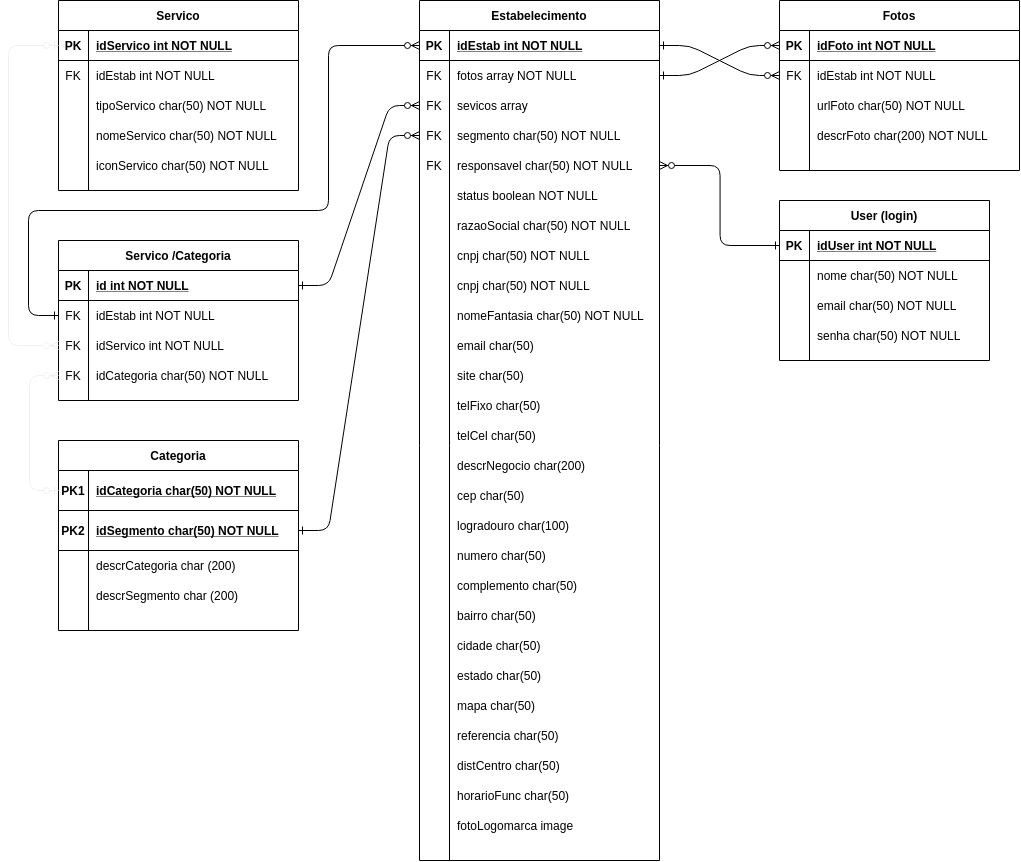
Earlier version of the draw.io export Docs/Diagrama-DER_v1.1.png (CarlosProcidio/PCDEVS1G2). Source tidied: cells renumbered, new cells last; positions are measured from the earlier drawing's top-left corner, leaving out a move shared by most shapes.
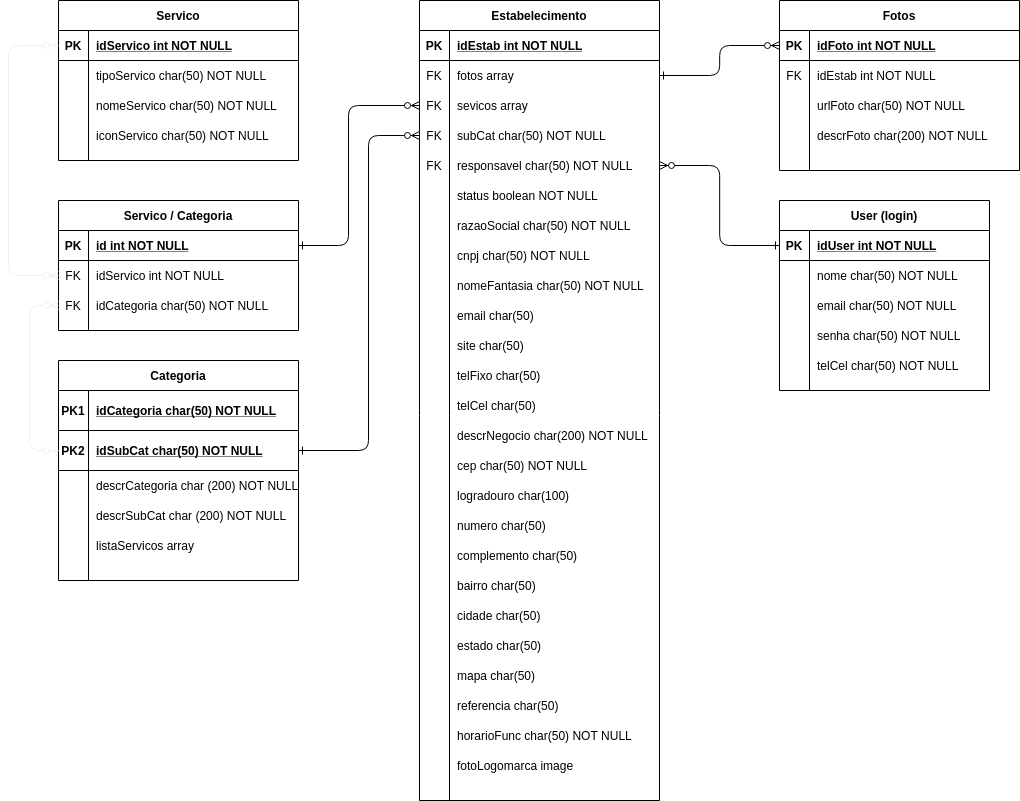
Above is the later version.

Change to the diagram source:
```diff
@@ -5,3 +5,3 @@
     <mxCell id="2" value="Estabelecimento" style="shape=table;startSize=30;rowLines=0;fontStyle=1;align=center;" parent="1" vertex="1">
-      <mxGeometry x="411" width="240" height="860" as="geometry" />
+      <mxGeometry x="411" width="240" height="800" as="geometry" />
     </mxCell>
@@ -22,3 +22,3 @@
     </mxCell>
-    <mxCell id="8" value="fotos array NOT NULL" style="shape=partialRectangle;overflow=hidden;fillColor=none;top=0;left=0;bottom=0;right=0;align=left;spacingLeft=6;" parent="6" vertex="1">
+    <mxCell id="8" value="fotos array" style="shape=partialRectangle;overflow=hidden;fillColor=none;top=0;left=0;bottom=0;right=0;align=left;spacingLeft=6;" parent="6" vertex="1">
       <mxGeometry x="30" width="210" height="30" as="geometry" />
@@ -40,3 +40,3 @@
     </mxCell>
-    <mxCell id="14" value="segmento char(50) NOT NULL" style="shape=partialRectangle;overflow=hidden;fillColor=none;top=0;left=0;bottom=0;right=0;align=left;spacingLeft=6;" parent="12" vertex="1">
+    <mxCell id="14" value="subCat char(50) NOT NULL" style="shape=partialRectangle;overflow=hidden;fillColor=none;top=0;left=0;bottom=0;right=0;align=left;spacingLeft=6;" parent="12" vertex="1">
       <mxGeometry x="30" width="210" height="30" as="geometry" />
@@ -70,13 +70,4 @@
     </mxCell>
-    <mxCell id="24" style="shape=partialRectangle;fillColor=none;top=0;left=0;right=0;bottom=0;" parent="2" vertex="1">
-      <mxGeometry y="240" width="240" height="30" as="geometry" />
-    </mxCell>
-    <mxCell id="25" style="shape=partialRectangle;overflow=hidden;fillColor=none;top=0;left=0;bottom=0;right=0;" parent="24" vertex="1">
-      <mxGeometry width="30" height="30" as="geometry" />
-    </mxCell>
-    <mxCell id="26" value="cnpj char(50) NOT NULL" style="shape=partialRectangle;overflow=hidden;fillColor=none;top=0;left=0;bottom=0;right=0;align=left;spacingLeft=6;" parent="24" vertex="1">
-      <mxGeometry x="30" width="210" height="30" as="geometry" />
-    </mxCell>
     <mxCell id="27" style="shape=partialRectangle;fillColor=none;top=0;left=0;right=0;bottom=0;" parent="2" vertex="1">
-      <mxGeometry y="270" width="240" height="30" as="geometry" />
+      <mxGeometry y="240" width="240" height="30" as="geometry" />
     </mxCell>
@@ -89,3 +80,3 @@
     <mxCell id="30" style="shape=partialRectangle;fillColor=none;top=0;left=0;right=0;bottom=0;" parent="2" vertex="1">
-      <mxGeometry y="300" width="240" height="30" as="geometry" />
+      <mxGeometry y="270" width="240" height="30" as="geometry" />
     </mxCell>
@@ -98,3 +89,3 @@
     <mxCell id="33" style="shape=partialRectangle;fillColor=none;top=0;left=0;right=0;bottom=0;" parent="2" vertex="1">
-      <mxGeometry y="330" width="240" height="30" as="geometry" />
+      <mxGeometry y="300" width="240" height="30" as="geometry" />
     </mxCell>
@@ -107,3 +98,3 @@
     <mxCell id="36" style="shape=partialRectangle;fillColor=none;top=0;left=0;right=0;bottom=0;" parent="2" vertex="1">
-      <mxGeometry y="360" width="240" height="30" as="geometry" />
+      <mxGeometry y="330" width="240" height="30" as="geometry" />
     </mxCell>
@@ -116,3 +107,3 @@
     <mxCell id="39" style="shape=partialRectangle;fillColor=none;top=0;left=0;right=0;bottom=0;" parent="2" vertex="1">
-      <mxGeometry y="390" width="240" height="30" as="geometry" />
+      <mxGeometry y="360" width="240" height="30" as="geometry" />
     </mxCell>
@@ -125,3 +116,3 @@
     <mxCell id="42" style="shape=partialRectangle;fillColor=none;top=0;left=0;right=0;bottom=0;" parent="2" vertex="1">
-      <mxGeometry y="420" width="240" height="30" as="geometry" />
+      <mxGeometry y="390" width="240" height="30" as="geometry" />
     </mxCell>
@@ -134,3 +125,3 @@
     <mxCell id="45" style="shape=partialRectangle;fillColor=none;top=0;left=0;right=0;bottom=0;" parent="2" vertex="1">
-      <mxGeometry y="450" width="240" height="30" as="geometry" />
+      <mxGeometry y="420" width="240" height="30" as="geometry" />
     </mxCell>
@@ -139,3 +130,3 @@
     </mxCell>
-    <mxCell id="47" value="descrNegocio char(200)" style="shape=partialRectangle;overflow=hidden;fillColor=none;top=0;left=0;bottom=0;right=0;align=left;spacingLeft=6;" parent="45" vertex="1">
+    <mxCell id="47" value="descrNegocio char(200) NOT NULL" style="shape=partialRectangle;overflow=hidden;fillColor=none;top=0;left=0;bottom=0;right=0;align=left;spacingLeft=6;" parent="45" vertex="1">
       <mxGeometry x="30" width="210" height="30" as="geometry" />
@@ -143,3 +134,3 @@
     <mxCell id="48" style="shape=partialRectangle;fillColor=none;top=0;left=0;right=0;bottom=0;" parent="2" vertex="1">
-      <mxGeometry y="480" width="240" height="30" as="geometry" />
+      <mxGeometry y="450" width="240" height="30" as="geometry" />
     </mxCell>
@@ -148,3 +139,3 @@
     </mxCell>
-    <mxCell id="50" value="cep char(50)" style="shape=partialRectangle;overflow=hidden;fillColor=none;top=0;left=0;bottom=0;right=0;align=left;spacingLeft=6;" parent="48" vertex="1">
+    <mxCell id="50" value="cep char(50) NOT NULL" style="shape=partialRectangle;overflow=hidden;fillColor=none;top=0;left=0;bottom=0;right=0;align=left;spacingLeft=6;" parent="48" vertex="1">
       <mxGeometry x="30" width="210" height="30" as="geometry" />
@@ -152,3 +143,3 @@
     <mxCell id="51" style="shape=partialRectangle;fillColor=none;top=0;left=0;right=0;bottom=0;" parent="2" vertex="1">
-      <mxGeometry y="510" width="240" height="30" as="geometry" />
+      <mxGeometry y="480" width="240" height="30" as="geometry" />
     </mxCell>
@@ -161,3 +152,3 @@
     <mxCell id="54" style="shape=partialRectangle;fillColor=none;top=0;left=0;right=0;bottom=0;" parent="2" vertex="1">
-      <mxGeometry y="540" width="240" height="30" as="geometry" />
+      <mxGeometry y="510" width="240" height="30" as="geometry" />
     </mxCell>
@@ -170,3 +161,3 @@
     <mxCell id="57" style="shape=partialRectangle;fillColor=none;top=0;left=0;right=0;bottom=0;" parent="2" vertex="1">
-      <mxGeometry y="570" width="240" height="30" as="geometry" />
+      <mxGeometry y="540" width="240" height="30" as="geometry" />
     </mxCell>
@@ -179,3 +170,3 @@
     <mxCell id="60" style="shape=partialRectangle;fillColor=none;top=0;left=0;right=0;bottom=0;" parent="2" vertex="1">
-      <mxGeometry y="600" width="240" height="30" as="geometry" />
+      <mxGeometry y="570" width="240" height="30" as="geometry" />
     </mxCell>
@@ -188,3 +179,3 @@
     <mxCell id="63" style="shape=partialRectangle;fillColor=none;top=0;left=0;right=0;bottom=0;" parent="2" vertex="1">
-      <mxGeometry y="630" width="240" height="30" as="geometry" />
+      <mxGeometry y="600" width="240" height="30" as="geometry" />
     </mxCell>
@@ -197,3 +188,3 @@
     <mxCell id="66" style="shape=partialRectangle;fillColor=none;top=0;left=0;right=0;bottom=0;" parent="2" vertex="1">
-      <mxGeometry y="660" width="240" height="30" as="geometry" />
+      <mxGeometry y="630" width="240" height="30" as="geometry" />
     </mxCell>
@@ -206,3 +197,3 @@
     <mxCell id="69" style="shape=partialRectangle;fillColor=none;top=0;left=0;right=0;bottom=0;" parent="2" vertex="1">
-      <mxGeometry y="690" width="240" height="30" as="geometry" />
+      <mxGeometry y="660" width="240" height="30" as="geometry" />
     </mxCell>
@@ -215,3 +206,3 @@
     <mxCell id="72" style="shape=partialRectangle;fillColor=none;top=0;left=0;right=0;bottom=0;" parent="2" vertex="1">
-      <mxGeometry y="720" width="240" height="30" as="geometry" />
+      <mxGeometry y="690" width="240" height="30" as="geometry" />
     </mxCell>
@@ -223,13 +214,4 @@
     </mxCell>
-    <mxCell id="75" style="shape=partialRectangle;fillColor=none;top=0;left=0;right=0;bottom=0;" parent="2" vertex="1">
-      <mxGeometry y="750" width="240" height="30" as="geometry" />
-    </mxCell>
-    <mxCell id="76" style="shape=partialRectangle;overflow=hidden;fillColor=none;top=0;left=0;bottom=0;right=0;" parent="75" vertex="1">
-      <mxGeometry width="30" height="30" as="geometry" />
-    </mxCell>
-    <mxCell id="77" value="distCentro char(50)" style="shape=partialRectangle;overflow=hidden;fillColor=none;top=0;left=0;bottom=0;right=0;align=left;spacingLeft=6;" parent="75" vertex="1">
-      <mxGeometry x="30" width="210" height="30" as="geometry" />
-    </mxCell>
     <mxCell id="78" style="shape=partialRectangle;fillColor=none;top=0;left=0;right=0;bottom=0;" parent="2" vertex="1">
-      <mxGeometry y="780" width="240" height="30" as="geometry" />
+      <mxGeometry y="720" width="240" height="30" as="geometry" />
     </mxCell>
@@ -238,3 +220,3 @@
     </mxCell>
-    <mxCell id="80" value="horarioFunc char(50)" style="shape=partialRectangle;overflow=hidden;fillColor=none;top=0;left=0;bottom=0;right=0;align=left;spacingLeft=6;" parent="78" vertex="1">
+    <mxCell id="80" value="horarioFunc char(50) NOT NULL" style="shape=partialRectangle;overflow=hidden;fillColor=none;top=0;left=0;bottom=0;right=0;align=left;spacingLeft=6;" parent="78" vertex="1">
       <mxGeometry x="30" width="210" height="30" as="geometry" />
@@ -242,3 +224,3 @@
     <mxCell id="81" style="shape=partialRectangle;fillColor=none;top=0;left=0;right=0;bottom=0;" parent="2" vertex="1">
-      <mxGeometry y="810" width="240" height="30" as="geometry" />
+      <mxGeometry y="750" width="240" height="30" as="geometry" />
     </mxCell>
@@ -251,3 +233,3 @@
     <mxCell id="84" value="User (login)" style="shape=table;startSize=30;rowLines=0;fontStyle=1;align=center;" parent="1" vertex="1">
-      <mxGeometry x="771" y="200" width="210" height="160" as="geometry" />
+      <mxGeometry x="771" y="200" width="210" height="190" as="geometry" />
     </mxCell>
@@ -289,4 +271,13 @@
     </mxCell>
+    <mxCell id="160" style="shape=partialRectangle;fillColor=none;top=0;left=0;right=0;bottom=0;" parent="84" vertex="1">
+      <mxGeometry y="150" width="210" height="30" as="geometry" />
+    </mxCell>
+    <mxCell id="161" style="shape=partialRectangle;overflow=hidden;fillColor=none;top=0;left=0;bottom=0;right=0;" parent="160" vertex="1">
+      <mxGeometry width="30" height="30" as="geometry" />
+    </mxCell>
+    <mxCell id="162" value="telCel char(50) NOT NULL" style="shape=partialRectangle;overflow=hidden;fillColor=none;top=0;left=0;bottom=0;right=0;align=left;spacingLeft=6;" parent="160" vertex="1">
+      <mxGeometry x="30" width="180" height="30" as="geometry" />
+    </mxCell>
-    <mxCell id="97" value="Servico /Categoria" style="shape=table;startSize=30;rowLines=0;fontStyle=1;align=center;" parent="1" vertex="1">
-      <mxGeometry x="50" y="240" width="240" height="160" as="geometry" />
+    <mxCell id="97" value="Servico / Categoria" style="shape=table;startSize=30;rowLines=0;fontStyle=1;align=center;" parent="1" vertex="1">
+      <mxGeometry x="50" y="200" width="240" height="130" as="geometry" />
     </mxCell>
@@ -301,13 +292,4 @@
     </mxCell>
-    <mxCell id="101" style="shape=partialRectangle;fillColor=none;points=[[0,0.5],[1,0.5]];portConstraint=eastwest;top=0;left=0;right=0;bottom=0;" parent="97" vertex="1">
-      <mxGeometry y="60" width="240" height="30" as="geometry" />
-    </mxCell>
-    <mxCell id="102" value="FK" style="shape=partialRectangle;overflow=hidden;fillColor=none;top=0;left=0;bottom=0;right=0;" parent="101" vertex="1">
-      <mxGeometry width="30" height="30" as="geometry" />
-    </mxCell>
-    <mxCell id="103" value="idEstab int NOT NULL" style="shape=partialRectangle;overflow=hidden;fillColor=none;top=0;left=0;bottom=0;right=0;align=left;spacingLeft=6;" parent="101" vertex="1">
-      <mxGeometry x="30" width="210" height="30" as="geometry" />
-    </mxCell>
     <mxCell id="104" style="shape=partialRectangle;fillColor=none;points=[[0,0.5],[1,0.5]];portConstraint=eastwest;top=0;left=0;right=0;bottom=0;" parent="97" vertex="1">
-      <mxGeometry y="90" width="240" height="30" as="geometry" />
+      <mxGeometry y="60" width="240" height="30" as="geometry" />
     </mxCell>
@@ -320,3 +302,3 @@
     <mxCell id="107" style="shape=partialRectangle;fillColor=none;points=[[0,0.5],[1,0.5]];portConstraint=eastwest;top=0;left=0;right=0;bottom=0;" parent="97" vertex="1">
-      <mxGeometry y="120" width="240" height="30" as="geometry" />
+      <mxGeometry y="90" width="240" height="30" as="geometry" />
     </mxCell>
@@ -328,8 +310,9 @@
     </mxCell>
-    <mxCell id="110" style="edgeStyle=entityRelationEdgeStyle;endArrow=ERzeroToMany;startArrow=ERone;endFill=1;startFill=0;exitX=1;exitY=0.5;exitDx=0;exitDy=0;" parent="1" edge="1" source="98" target="9">
-      <mxGeometry relative="1" as="geometry" />
+    <mxCell id="110" style="edgeStyle=elbowEdgeStyle;endArrow=ERzeroToMany;startArrow=ERone;endFill=1;startFill=0;exitX=1;exitY=0.5;exitDx=0;exitDy=0;" parent="1" edge="1" source="98" target="9">
+      <mxGeometry relative="1" as="geometry">
+        <Array as="points">
+          <mxPoint x="340" y="170" />
+        </Array>
+      </mxGeometry>
     </mxCell>
-    <mxCell id="111" style="edgeStyle=entityRelationEdgeStyle;endArrow=ERzeroToMany;startArrow=ERone;endFill=1;startFill=0;exitX=1;exitY=0.5;exitDx=0;exitDy=0;entryX=0;entryY=0.5;entryDx=0;entryDy=0;" parent="1" edge="1" source="3" target="133">
-      <mxGeometry relative="1" as="geometry" />
-    </mxCell>
     <mxCell id="112" style="edgeStyle=elbowEdgeStyle;endArrow=ERzeroToMany;startArrow=ERone;endFill=1;startFill=0;exitX=0;exitY=0.5;exitDx=0;exitDy=0;entryX=1;entryY=0.5;entryDx=0;entryDy=0;" parent="1" edge="1" source="85" target="15">
@@ -338,3 +321,3 @@
     <mxCell id="113" value="Servico" style="shape=table;startSize=30;rowLines=0;fontStyle=1;align=center;" parent="1" vertex="1">
-      <mxGeometry x="50" width="240" height="190" as="geometry" />
+      <mxGeometry x="50" width="240" height="160" as="geometry" />
     </mxCell>
@@ -349,13 +332,4 @@
     </mxCell>
-    <mxCell id="117" style="shape=partialRectangle;fillColor=none;top=0;left=0;right=0;bottom=0;" parent="113" vertex="1">
-      <mxGeometry y="60" width="240" height="30" as="geometry" />
-    </mxCell>
-    <mxCell id="118" value="FK" style="shape=partialRectangle;overflow=hidden;fillColor=none;top=0;left=0;bottom=0;right=0;" parent="117" vertex="1">
-      <mxGeometry width="30" height="30" as="geometry" />
-    </mxCell>
-    <mxCell id="119" value="idEstab int NOT NULL" style="shape=partialRectangle;overflow=hidden;fillColor=none;top=0;left=0;bottom=0;right=0;align=left;spacingLeft=6;" parent="117" vertex="1">
-      <mxGeometry x="30" width="210" height="30" as="geometry" />
-    </mxCell>
     <mxCell id="120" style="shape=partialRectangle;fillColor=none;top=0;left=0;right=0;bottom=0;" parent="113" vertex="1">
-      <mxGeometry y="90" width="240" height="30" as="geometry" />
+      <mxGeometry y="60" width="240" height="30" as="geometry" />
     </mxCell>
@@ -368,3 +342,3 @@
     <mxCell id="123" style="shape=partialRectangle;fillColor=none;top=0;left=0;right=0;bottom=0;" parent="113" vertex="1">
-      <mxGeometry y="120" width="240" height="30" as="geometry" />
+      <mxGeometry y="90" width="240" height="30" as="geometry" />
     </mxCell>
@@ -377,3 +351,3 @@
     <mxCell id="126" style="shape=partialRectangle;fillColor=none;top=0;left=0;right=0;bottom=0;" parent="113" vertex="1">
-      <mxGeometry y="150" width="240" height="30" as="geometry" />
+      <mxGeometry y="120" width="240" height="30" as="geometry" />
     </mxCell>
@@ -425,3 +399,3 @@
     <mxCell id="142" value="Categoria" style="shape=table;startSize=30;rowLines=0;fontStyle=1;align=center;" parent="1" vertex="1">
-      <mxGeometry x="50" y="440" width="240" height="190" as="geometry" />
+      <mxGeometry x="50" y="360" width="240" height="220" as="geometry" />
     </mxCell>
@@ -442,3 +416,3 @@
     </mxCell>
-    <mxCell id="148" value="idSegmento char(50) NOT NULL " style="shape=partialRectangle;overflow=hidden;fillColor=none;top=0;left=0;bottom=0;right=0;align=left;spacingLeft=6;fontStyle=5;" parent="146" vertex="1">
+    <mxCell id="148" value="idSubCat char(50) NOT NULL " style="shape=partialRectangle;overflow=hidden;fillColor=none;top=0;left=0;bottom=0;right=0;align=left;spacingLeft=6;fontStyle=5;" parent="146" vertex="1">
       <mxGeometry x="30" width="210" height="40" as="geometry" />
@@ -451,3 +425,3 @@
     </mxCell>
-    <mxCell id="151" value="descrCategoria char (200)" style="shape=partialRectangle;overflow=hidden;fillColor=none;top=0;left=0;bottom=0;right=0;align=left;spacingLeft=6;" parent="149" vertex="1">
+    <mxCell id="151" value="descrCategoria char (200) NOT NULL" style="shape=partialRectangle;overflow=hidden;fillColor=none;top=0;left=0;bottom=0;right=0;align=left;spacingLeft=6;" parent="149" vertex="1">
       <mxGeometry x="30" width="210" height="30" as="geometry" />
@@ -460,6 +434,15 @@
     </mxCell>
-    <mxCell id="154" value="descrSegmento char (200)" style="shape=partialRectangle;overflow=hidden;fillColor=none;top=0;left=0;bottom=0;right=0;align=left;spacingLeft=6;" parent="152" vertex="1">
+    <mxCell id="154" value="descrSubCat char (200) NOT NULL" style="shape=partialRectangle;overflow=hidden;fillColor=none;top=0;left=0;bottom=0;right=0;align=left;spacingLeft=6;" parent="152" vertex="1">
       <mxGeometry x="30" width="210" height="30" as="geometry" />
     </mxCell>
+    <mxCell id="163" style="shape=partialRectangle;fillColor=none;top=0;left=0;right=0;bottom=0;" parent="142" vertex="1">
+      <mxGeometry y="170" width="240" height="30" as="geometry" />
+    </mxCell>
+    <mxCell id="164" style="shape=partialRectangle;overflow=hidden;fillColor=none;top=0;left=0;bottom=0;right=0;" parent="163" vertex="1">
+      <mxGeometry width="30" height="30" as="geometry" />
+    </mxCell>
+    <mxCell id="165" value="listaServicos array" style="shape=partialRectangle;overflow=hidden;fillColor=none;top=0;left=0;bottom=0;right=0;align=left;spacingLeft=6;" parent="163" vertex="1">
+      <mxGeometry x="30" width="210" height="30" as="geometry" />
+    </mxCell>
-    <mxCell id="155" style="edgeStyle=elbowEdgeStyle;fontSize=12;html=1;endArrow=ERzeroToMany;startArrow=ERzeroToOne;strokeColor=#f0f0f0;exitX=0;exitY=0.5;exitDx=0;exitDy=0;entryX=0;entryY=0.5;entryDx=0;entryDy=0;" parent="1" edge="1" source="143" target="107">
+    <mxCell id="155" style="edgeStyle=elbowEdgeStyle;fontSize=12;html=1;endArrow=ERzeroToMany;startArrow=ERzeroToOne;strokeColor=#f0f0f0;exitX=0;exitY=0.5;exitDx=0;exitDy=0;entryX=0;entryY=0.5;entryDx=0;entryDy=0;" parent="1" edge="1" source="146" target="107">
       <mxGeometry relative="1" as="geometry">
@@ -477,18 +460,12 @@
     </mxCell>
-    <mxCell id="157" style="edgeStyle=entityRelationEdgeStyle;endArrow=ERzeroToMany;startArrow=ERone;endFill=1;startFill=0;exitX=1;exitY=0.5;exitDx=0;exitDy=0;entryX=0;entryY=0.5;entryDx=0;entryDy=0;" parent="1" edge="1" source="146" target="12">
-      <mxGeometry relative="1" as="geometry" />
+    <mxCell id="157" style="edgeStyle=elbowEdgeStyle;endArrow=ERzeroToMany;startArrow=ERone;endFill=1;startFill=0;exitX=1;exitY=0.5;exitDx=0;exitDy=0;entryX=0;entryY=0.5;entryDx=0;entryDy=0;" parent="1" edge="1" source="146" target="12">
+      <mxGeometry relative="1" as="geometry">
+        <Array as="points">
+          <mxPoint x="360" y="290" />
+        </Array>
+      </mxGeometry>
     </mxCell>
-    <mxCell id="158" style="edgeStyle=entityRelationEdgeStyle;endArrow=ERzeroToMany;startArrow=ERone;endFill=1;startFill=0;exitX=1;exitY=0.5;exitDx=0;exitDy=0;entryX=0;entryY=0.5;entryDx=0;entryDy=0;" parent="1" edge="1" source="6" target="130">
+    <mxCell id="158" style="edgeStyle=elbowEdgeStyle;endArrow=ERzeroToMany;startArrow=ERone;endFill=1;startFill=0;exitX=1;exitY=0.5;exitDx=0;exitDy=0;entryX=0;entryY=0.5;entryDx=0;entryDy=0;" parent="1" edge="1" source="6" target="130">
       <mxGeometry relative="1" as="geometry" />
     </mxCell>
-    <mxCell id="159" style="edgeStyle=orthogonalEdgeStyle;endArrow=ERzeroToMany;startArrow=ERone;endFill=1;startFill=0;exitX=0;exitY=0.5;exitDx=0;exitDy=0;entryX=0;entryY=0.5;entryDx=0;entryDy=0;" parent="1" edge="1" source="101" target="3">
-      <mxGeometry relative="1" as="geometry">
-        <Array as="points">
-          <mxPoint x="20" y="315" />
-          <mxPoint x="20" y="210" />
-          <mxPoint x="320" y="210" />
-          <mxPoint x="320" y="45" />
-        </Array>
-      </mxGeometry>
-    </mxCell>
   </root>
```
